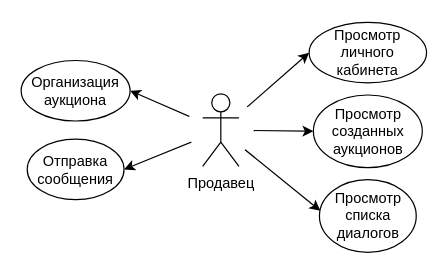
Fake-Make/Au keeps this draw.io diagram as Diagrams/Use-Case/Seller Use-Case Diagram.drawio. Above is the earlier version. Source tidied: cells renumbered, new cells numbered last; positions are measured from the earlier drawing's top-left corner, leaving out a move shared by most shapes. Both pictures are drawn from the tidied source at 121%, with x=0, y=0 at pixel (21, 22).
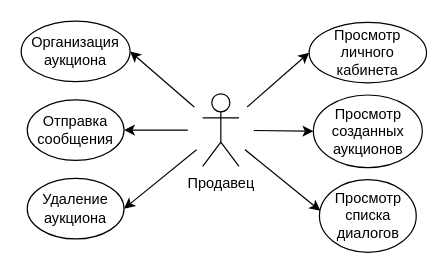
Above is the later version.

What changed in the source:
```diff
@@
 <mxGraphModel>
   <root>
     <mxCell id="0" />
     <mxCell id="1" parent="0" />
+    <mxCell id="14" style="endArrow=classic;html=1;entryX=1;entryY=0.5;entryDx=0;entryDy=0;exitX=0.5;exitY=0.5;exitDx=0;exitDy=0;exitPerimeter=0;" parent="1" edge="1" source="13" target="15">
+      <mxGeometry relative="1" as="geometry" />
+    </mxCell>
     <mxCell id="2" style="endArrow=classic;html=1;entryX=1;entryY=0.5;entryDx=0;entryDy=0;exitX=0.5;exitY=0.5;exitDx=0;exitDy=0;exitPerimeter=0;" parent="1" edge="1" source="13" target="11">
       <mxGeometry relative="1" as="geometry" />
     </mxCell>
     <mxCell id="3" style="endArrow=classic;html=1;entryX=0;entryY=0.5;entryDx=0;entryDy=0;exitX=0.5;exitY=0.5;exitDx=0;exitDy=0;exitPerimeter=0;" parent="1" edge="1" source="13" target="8">
       <mxGeometry relative="1" as="geometry" />
     </mxCell>
     <mxCell id="4" style="endArrow=classic;html=1;entryX=0;entryY=0.5;entryDx=0;entryDy=0;exitX=0.5;exitY=0.5;exitDx=0;exitDy=0;exitPerimeter=0;" parent="1" edge="1" source="13" target="9">
       <mxGeometry relative="1" as="geometry" />
     </mxCell>
     <mxCell id="5" style="endArrow=classic;html=1;entryX=0.01;entryY=0.429;entryDx=0;entryDy=0;entryPerimeter=0;exitX=0.5;exitY=0.5;exitDx=0;exitDy=0;exitPerimeter=0;" parent="1" edge="1" source="13" target="10">
       <mxGeometry relative="1" as="geometry" />
     </mxCell>
     <mxCell id="6" style="endArrow=classic;html=1;entryX=1;entryY=0.5;entryDx=0;entryDy=0;exitX=0.5;exitY=0.5;exitDx=0;exitDy=0;exitPerimeter=0;" parent="1" edge="1" source="13" target="12">
       <mxGeometry relative="1" as="geometry" />
     </mxCell>
     <mxCell id="7" style="ellipse;whiteSpace=wrap;html=1;strokeColor=none;" parent="1" vertex="1">
       <mxGeometry x="137.5" y="59" width="55" height="55" as="geometry" />
     </mxCell>
     <mxCell id="8" value="Просмотр личного кабинета" style="ellipse;whiteSpace=wrap;html=1;" parent="1" vertex="1">
       <mxGeometry x="238" width="97" height="50" as="geometry" />
     </mxCell>
     <mxCell id="9" value="Просмотр созданных аукционов&lt;br&gt;" style="ellipse;whiteSpace=wrap;html=1;" parent="1" vertex="1">
       <mxGeometry x="241.5" y="60" width="90" height="60" as="geometry" />
     </mxCell>
     <mxCell id="10" value="Просмотр списка диалогов" style="ellipse;whiteSpace=wrap;html=1;" parent="1" vertex="1">
       <mxGeometry x="246.5" y="130" width="80" height="60" as="geometry" />
     </mxCell>
     <mxCell id="11" value="Организация аукциона" style="ellipse;whiteSpace=wrap;html=1;" parent="1" vertex="1">
-      <mxGeometry y="31.5" width="90" height="50" as="geometry" />
+      <mxGeometry y="-1" width="90" height="50" as="geometry" />
     </mxCell>
     <mxCell id="12" value="Отправка сообщения" style="ellipse;whiteSpace=wrap;html=1;" parent="1" vertex="1">
-      <mxGeometry x="5" y="96.5" width="80" height="50" as="geometry" />
+      <mxGeometry x="5" y="64" width="80" height="50" as="geometry" />
     </mxCell>
     <mxCell id="13" value="Продавец" style="shape=umlActor;verticalLabelPosition=bottom;labelBackgroundColor=#ffffff;verticalAlign=top;html=1;outlineConnect=0;" parent="1" vertex="1">
       <mxGeometry x="150" y="59" width="30" height="60" as="geometry" />
     </mxCell>
+    <mxCell id="15" value="Удаление аукциона" style="ellipse;whiteSpace=wrap;html=1;" parent="1" vertex="1">
+      <mxGeometry x="5" y="129" width="80" height="50" as="geometry" />
+    </mxCell>
   </root>
 </mxGraphModel>
```
